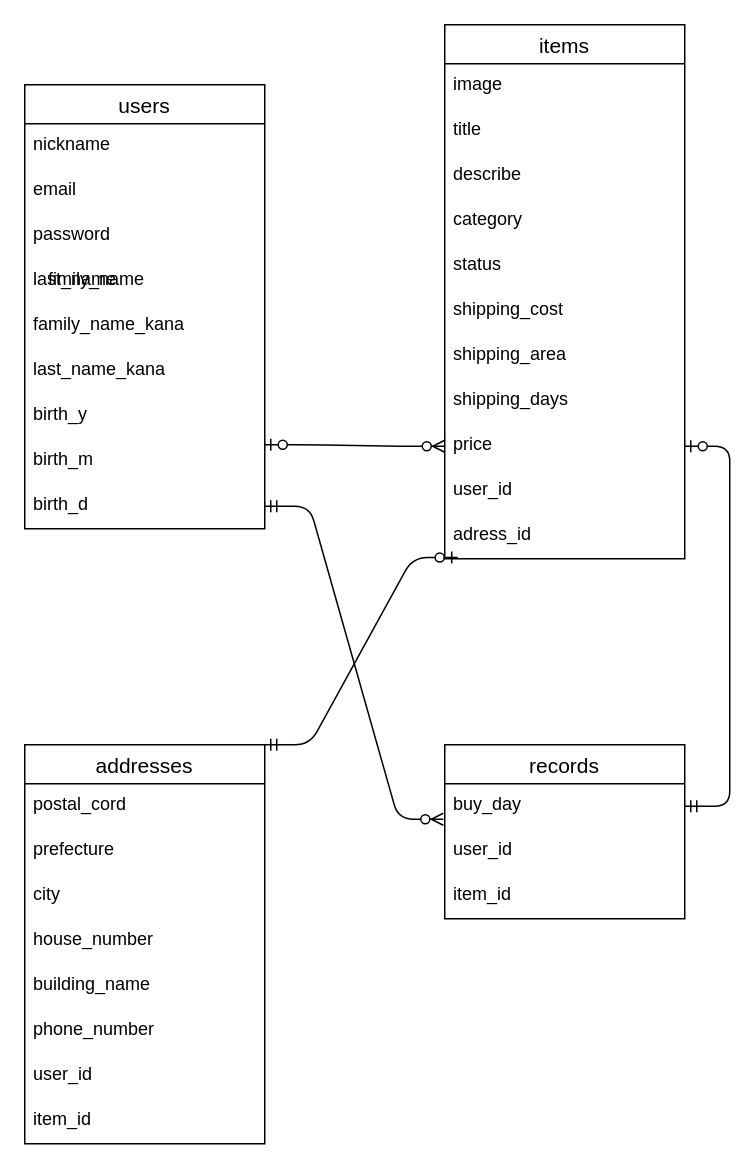
Earlier version of the draw.io diagram er.dio (misanaka30/furima-30486). Source tidied: cells renumbered, new cells numbered last; positions are measured from the earlier drawing's top-left corner, leaving out a move shared by most shapes. Both pictures are drawn from the tidied source at 150%, with x=0, y=0 at pixel (24, 24).
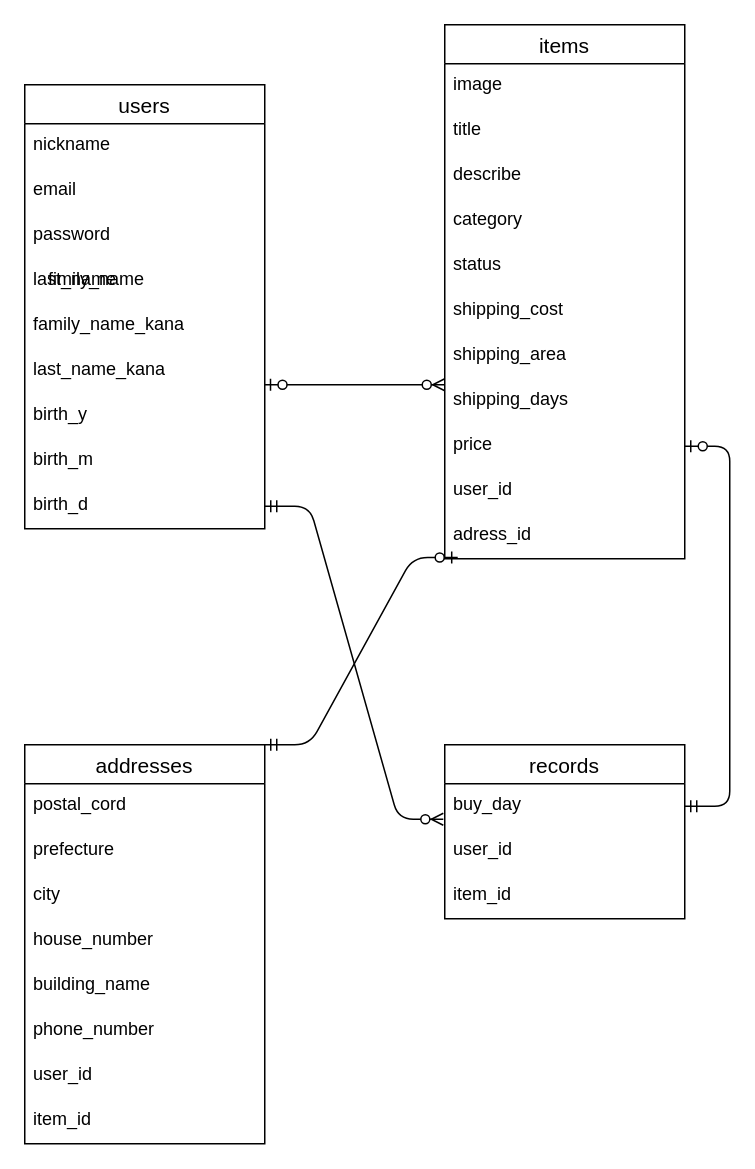
After the change.

Unchanged cells that the change refers to:
```xml
<mxCell id="10" value="shipping_days" style="text;strokeColor=none;fillColor=none;spacingLeft=4;spacingRight=4;overflow=hidden;points=[[0,0.5],[1,0.5]];portConstraint=eastwest;fontSize=12;" parent="2" vertex="1">
  <mxGeometry y="236" width="160" height="30" as="geometry" />
</mxCell>
<mxCell id="11" value="price" style="text;strokeColor=none;fillColor=none;spacingLeft=4;spacingRight=4;overflow=hidden;points=[[0,0.5],[1,0.5]];portConstraint=eastwest;fontSize=12;" parent="2" vertex="1">
  <mxGeometry y="266" width="160" height="30" as="geometry" />
</mxCell>
<mxCell id="20" value="last_name_kana" style="text;strokeColor=none;fillColor=none;spacingLeft=4;spacingRight=4;overflow=hidden;points=[[0,0.5],[1,0.5]];portConstraint=eastwest;fontSize=12;" parent="14" vertex="1">
  <mxGeometry y="176" width="160" height="30" as="geometry" />
</mxCell>
```

The edit, as a diff of the source:
```diff
@@
-    <mxCell id="38" style="edgeStyle=entityRelationEdgeStyle;fontSize=12;html=1;endArrow=ERzeroToMany;startArrow=ERzeroToOne;entryX=0;entryY=0.5;entryDx=0;entryDy=0;" parent="1" edge="1" target="11">
-      <mxGeometry relative="1" as="geometry">
-        <mxPoint x="160" y="280" as="sourcePoint" />
-      </mxGeometry>
+    <mxCell id="38" style="edgeStyle=entityRelationEdgeStyle;fontSize=12;html=1;endArrow=ERzeroToMany;startArrow=ERzeroToOne;entryX=0;entryY=0.133;entryDx=0;entryDy=0;exitX=0.999;exitY=0.8;exitDx=0;exitDy=0;exitPerimeter=0;entryPerimeter=0;" parent="1" edge="1" source="20" target="10">
+      <mxGeometry relative="1" as="geometry" />
     </mxCell>
```
